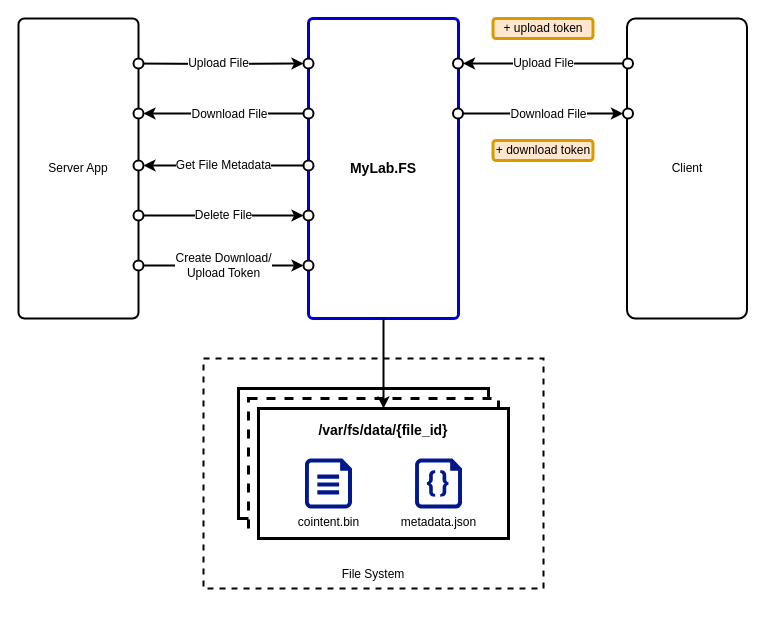
Before: page "inner" (1 of 5) of doc/diagramms/mylab-fs.drawio in mylab-tools/file-storage, a draw.io diagram. Source tidied: cells renumbered, new cells numbered last; positions are measured from the earlier drawing's top-left corner, leaving out a move shared by most shapes. Both pictures are drawn from the tidied source at 100%, with x=0, y=0 at pixel (18, 18).
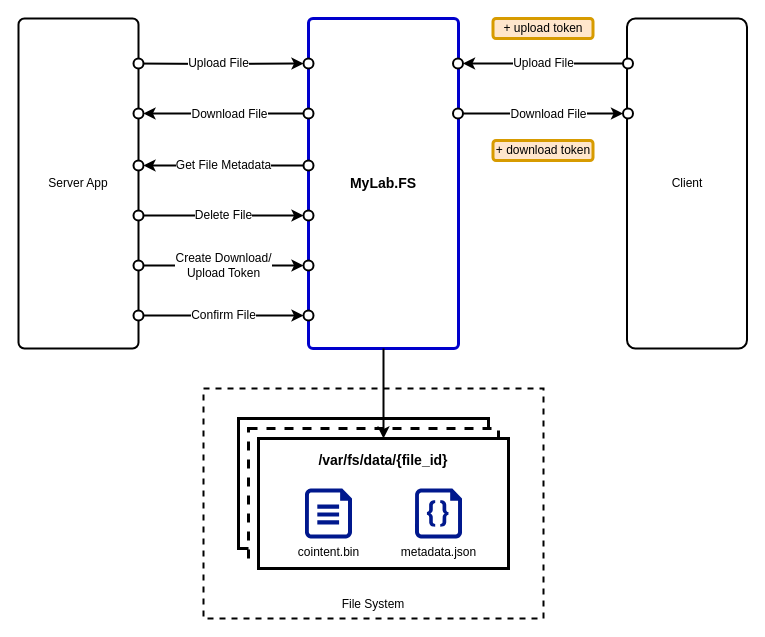
After the change.

Diff of the diagram source:
```diff
@@
     <mxCell id="2" value="MyLab.FS" style="rounded=1;whiteSpace=wrap;html=1;strokeWidth=3;align=center;arcSize=3;verticalAlign=middle;strokeColor=#0000CC;fontStyle=1;fontSize=14;" parent="1" vertex="1">
-      <mxGeometry x="290" width="150" height="300" as="geometry" />
+      <mxGeometry x="290" width="150" height="330" as="geometry" />
     </mxCell>
     <mxCell id="3" value="File System" style="rounded=0;whiteSpace=wrap;html=1;dashed=1;strokeWidth=2;fillColor=#ffffff;align=center;verticalAlign=bottom;spacingBottom=5;" parent="1" vertex="1">
-      <mxGeometry x="185" y="340" width="340" height="230" as="geometry" />
+      <mxGeometry x="185" y="370" width="340" height="230" as="geometry" />
     </mxCell>
@@
     <mxCell id="5" value="Server App" style="rounded=1;whiteSpace=wrap;html=1;strokeWidth=2;fillColor=#ffffff;align=center;arcSize=5;" parent="1" vertex="1">
-      <mxGeometry width="120" height="300" as="geometry" />
+      <mxGeometry width="120" height="330" as="geometry" />
     </mxCell>
@@
     <mxCell id="18" value="Client" style="rounded=1;whiteSpace=wrap;html=1;strokeWidth=2;fillColor=#ffffff;align=center;arcSize=7;" parent="1" vertex="1">
-      <mxGeometry x="608.5" width="120" height="300" as="geometry" />
+      <mxGeometry x="608.5" width="120" height="330" as="geometry" />
     </mxCell>
@@
     <mxCell id="31" style="rounded=0;whiteSpace=wrap;html=1;strokeWidth=3;fillColor=#ffffff;fontSize=14;align=center;verticalAlign=top;spacingTop=7;fontStyle=1;" parent="1" vertex="1">
-      <mxGeometry x="220" y="370" width="250" height="130" as="geometry" />
+      <mxGeometry x="220" y="400" width="250" height="130" as="geometry" />
     </mxCell>
     <mxCell id="32" style="rounded=0;whiteSpace=wrap;html=1;strokeWidth=3;fillColor=#ffffff;fontSize=14;align=center;verticalAlign=top;spacingTop=7;fontStyle=1;dashed=1;" parent="1" vertex="1">
-      <mxGeometry x="230" y="380" width="250" height="130" as="geometry" />
+      <mxGeometry x="230" y="410" width="250" height="130" as="geometry" />
     </mxCell>
     <mxCell id="33" value="/var/fs/data/{file_id}" style="rounded=0;whiteSpace=wrap;html=1;strokeWidth=3;fillColor=#ffffff;fontSize=14;align=center;verticalAlign=top;spacingTop=7;fontStyle=1;" parent="1" vertex="1">
-      <mxGeometry x="240" y="390" width="250" height="130" as="geometry" />
+      <mxGeometry x="240" y="420" width="250" height="130" as="geometry" />
     </mxCell>
     <mxCell id="34" value="cointent.bin" style="shadow=0;dashed=0;html=1;strokeColor=none;labelPosition=center;verticalLabelPosition=bottom;verticalAlign=top;align=center;fillColor=#00188D;shape=mxgraph.azure.file;fontSize=12;" parent="1" vertex="1">
-      <mxGeometry x="286.5" y="440" width="47" height="50" as="geometry" />
+      <mxGeometry x="286.5" y="470" width="47" height="50" as="geometry" />
     </mxCell>
     <mxCell id="35" value="metadata.json" style="shadow=0;dashed=0;html=1;strokeColor=none;labelPosition=center;verticalLabelPosition=bottom;verticalAlign=top;align=center;fillColor=#00188D;shape=mxgraph.azure.code_file;fontSize=12;" parent="1" vertex="1">
-      <mxGeometry x="396.5" y="440" width="47" height="50" as="geometry" />
+      <mxGeometry x="396.5" y="470" width="47" height="50" as="geometry" />
     </mxCell>
@@
+    <mxCell id="37" style="ellipse;whiteSpace=wrap;html=1;strokeWidth=2;fillColor=#ffffff;align=center;" parent="1" vertex="1">
+      <mxGeometry x="285" y="292" width="10" height="10" as="geometry" />
+    </mxCell>
+    <mxCell id="38" value="Confirm File" style="edgeStyle=orthogonalEdgeStyle;rounded=0;jettySize=auto;html=1;exitX=1;exitY=0.5;exitDx=0;exitDy=0;strokeWidth=2;entryX=0;entryY=0.5;entryDx=0;entryDy=0;fontSize=12;" parent="1" edge="1" source="39" target="37">
+      <mxGeometry relative="1" as="geometry" />
+    </mxCell>
+    <mxCell id="39" style="ellipse;whiteSpace=wrap;html=1;strokeWidth=2;fillColor=#ffffff;align=center;" parent="1" vertex="1">
+      <mxGeometry x="115" y="292" width="10" height="10" as="geometry" />
+    </mxCell>
```
